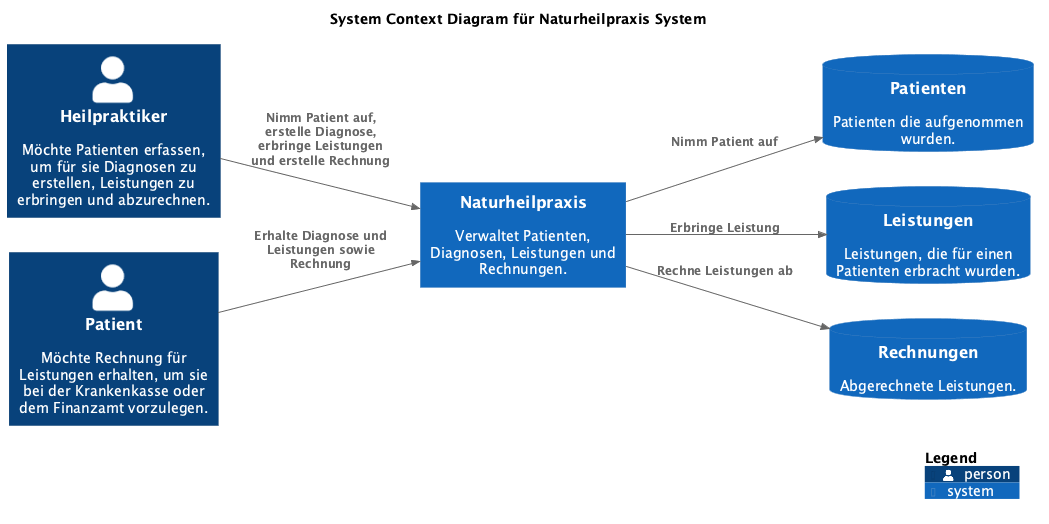
Before: doc/images/business-context.png, a diagram exported from PlantUML (falkoschumann/naturheilpraxis).
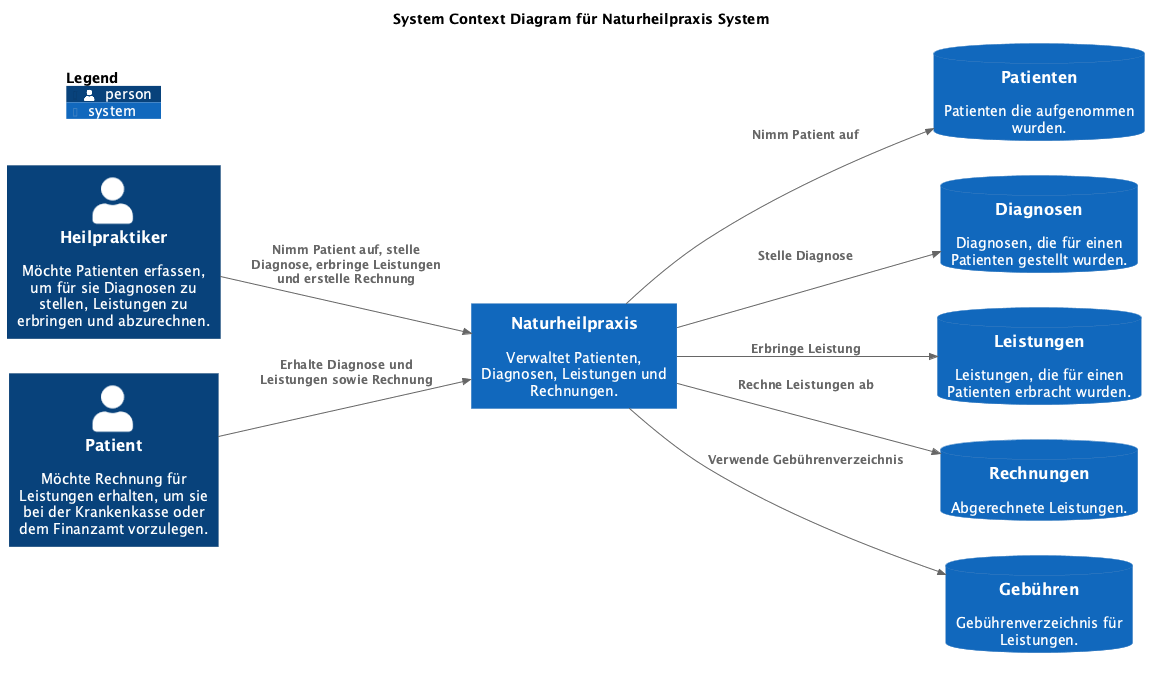
After the commit.

What changed in the source:
```diff
@@ -5,20 +5,24 @@
 
 title "System Context Diagram für Naturheilpraxis System"
 
-Person(heilpraktiker, "Heilpraktiker", "Möchte Patienten erfassen, um für sie Diagnosen zu erstellen, Leistungen zu erbringen und abzurechnen.")
+Person(heilpraktiker, "Heilpraktiker", "Möchte Patienten erfassen, um für sie Diagnosen zu stellen, Leistungen zu erbringen und abzurechnen.")
 Person(patient, "Patient", "Möchte Rechnung für Leistungen erhalten, um sie bei der Krankenkasse oder dem Finanzamt vorzulegen.")
 
 System(naturheilpraxis, "Naturheilpraxis", "Verwaltet Patienten, Diagnosen, Leistungen und Rechnungen.")
 
 SystemDb(patienten, "Patienten", "Patienten die aufgenommen wurden.")
+SystemDb(diagnosen, "Diagnosen", "Diagnosen, die für einen Patienten gestellt wurden.")
 SystemDb(leistungen, "Leistungen", "Leistungen, die für einen Patienten erbracht wurden.")
 SystemDb(rechnungen, "Rechnungen", "Abgerechnete Leistungen.")
+SystemDb(gebuehren, "Gebühren", "Gebührenverzeichnis für Leistungen.")
 
-Rel(heilpraktiker, naturheilpraxis, "Nimm Patient auf, erstelle Diagnose, erbringe Leistungen und erstelle Rechnung")
+Rel(heilpraktiker, naturheilpraxis, "Nimm Patient auf, stelle Diagnose, erbringe Leistungen und erstelle Rechnung")
 Rel(patient, naturheilpraxis, "Erhalte Diagnose und Leistungen sowie Rechnung")
 Rel(naturheilpraxis, patienten, "Nimm Patient auf")
+Rel(naturheilpraxis, diagnosen, "Stelle Diagnose")
 Rel(naturheilpraxis, leistungen, "Erbringe Leistung")
 Rel(naturheilpraxis, rechnungen, "Rechne Leistungen ab")
+Rel(naturheilpraxis, gebuehren, "Verwende Gebührenverzeichnis")
 
-SHOW_LEGEND()
+SHOW_FLOATING_LEGEND()
 @enduml
```
